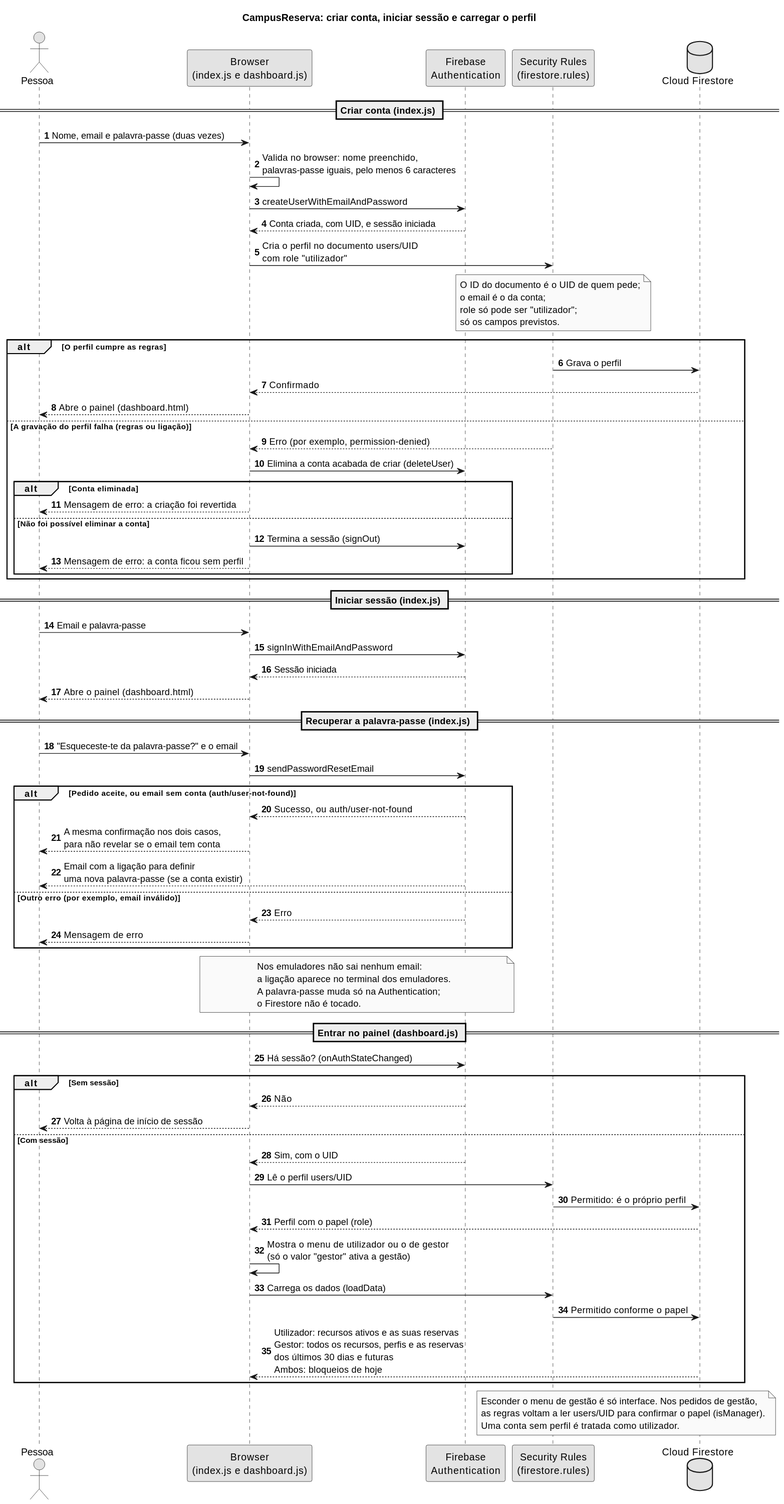
Above: docs/imagens/sequencia-autenticacao.svg in diogofcpereira/CampusReserva (PlantUML), before the change. Source of this version:
```plantuml
@startuml
title CampusReserva: criar conta, iniciar sessão e carregar o perfil

skinparam monochrome true
skinparam shadowing false
autonumber

actor "Pessoa" as P
participant "Browser\n(index.js e dashboard.js)" as B
participant "Firebase\nAuthentication" as A
participant "Security Rules\n(firestore.rules)" as R
database "Cloud Firestore" as F

== Criar conta (index.js) ==

P -> B : Nome, email e palavra-passe (duas vezes)
B -> B : Valida no browser: nome preenchido,\npalavras-passe iguais, pelo menos 6 caracteres
B -> A : createUserWithEmailAndPassword
A --> B : Conta criada, com UID, e sessão iniciada
B -> R : Cria o perfil no documento users/UID\ncom role "utilizador"

note over R
  O ID do documento é o UID de quem pede;
  o email é o da conta;
  role só pode ser "utilizador";
  só os campos previstos.
end note

alt O perfil cumpre as regras
  R -> F : Grava o perfil
  F --> B : Confirmado
  B --> P : Abre o painel (dashboard.html)
else A gravação do perfil falha (regras ou ligação)
  R --> B : Erro (por exemplo, permission-denied)
  B -> A : Elimina a conta acabada de criar (deleteUser)
  alt Conta eliminada
    B --> P : Mensagem de erro: a criação foi revertida
  else Não foi possível eliminar a conta
    B -> A : Termina a sessão (signOut)
    B --> P : Mensagem de erro: a conta ficou sem perfil
  end
end

== Iniciar sessão (index.js) ==

P -> B : Email e palavra-passe
B -> A : signInWithEmailAndPassword
A --> B : Sessão iniciada
B --> P : Abre o painel (dashboard.html)

== Recuperar a palavra-passe (index.js) ==

P -> B : "Esqueceste-te da palavra-passe?" e o email
B -> A : sendPasswordResetEmail
alt Pedido aceite, ou email sem conta (auth/user-not-found)
  A --> B : Sucesso, ou auth/user-not-found
  B --> P : A mesma confirmação nos dois casos,\npara não revelar se o email tem conta
  A --> P : Email com a ligação para definir\numa nova palavra-passe (se a conta existir)
else Outro erro (por exemplo, email inválido)
  A --> B : Erro
  B --> P : Mensagem de erro
end

note over B, A
  Nos emuladores não sai nenhum email:
  a ligação aparece no terminal dos emuladores.
  A palavra-passe muda só na Authentication;
  o Firestore não é tocado.
end note

== Entrar no painel (dashboard.js) ==

B -> A : Há sessão? (onAuthStateChanged)

alt Sem sessão
  A --> B : Não
  B --> P : Volta à página de início de sessão
else Com sessão
  A --> B : Sim, com o UID
  B -> R : Lê o perfil users/UID
  R -> F : Permitido: é o próprio perfil
  F --> B : Perfil com o papel (role)
  B -> B : Mostra o menu de utilizador ou o de gestor\n(só o valor "gestor" ativa a gestão)
  B -> R : Carrega os dados (loadData)
  R -> F : Permitido conforme o papel
  F --> B : Utilizador: recursos ativos e as suas reservas\nGestor: todos os recursos, perfis e as reservas\ndos últimos 30 dias e futuras\nAmbos: bloqueios de hoje
end

note over R, F
  Esconder o menu de gestão é só interface. Nos pedidos de gestão,
  as regras voltam a ler users/UID para confirmar o papel (isManager).
  Uma conta sem perfil é tratada como utilizador.
end note
@enduml
```
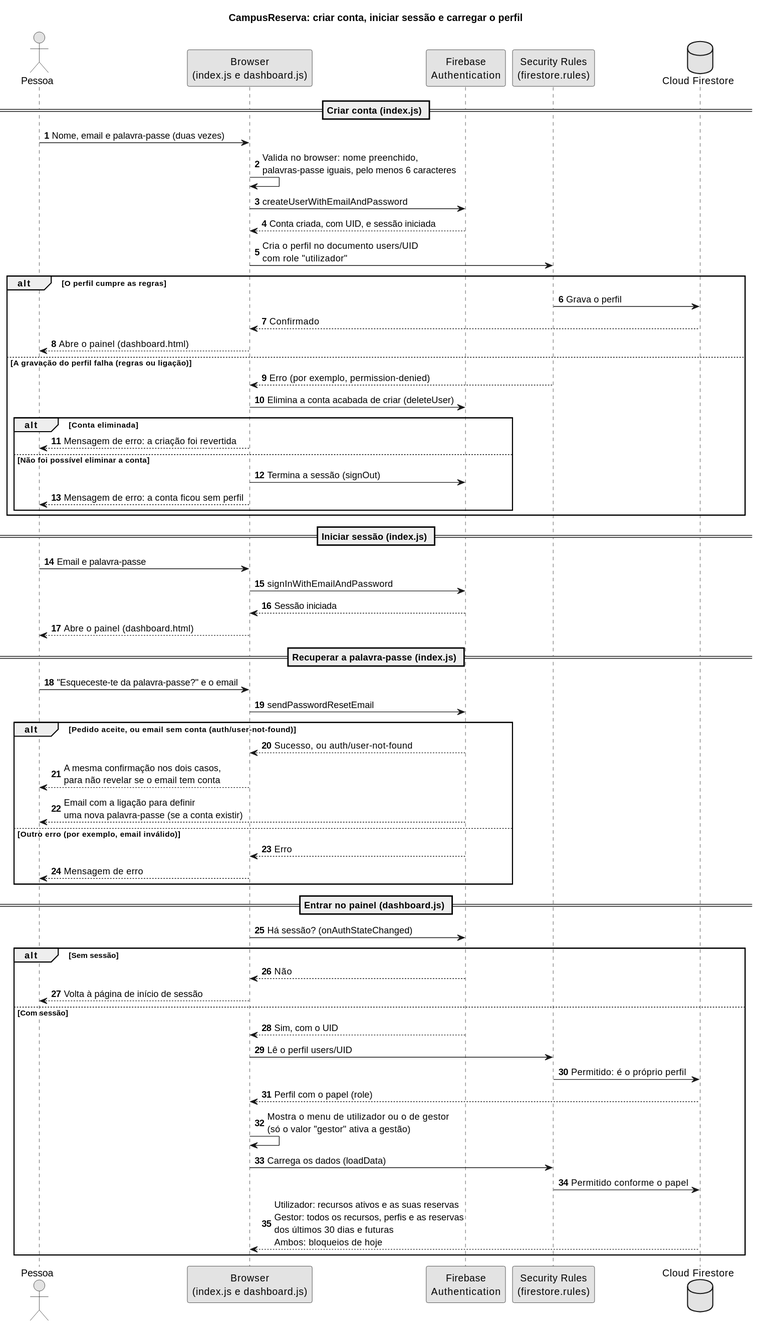
Later version of the same file.

Change to the diagram source:
```diff
@@ -18,13 +18,6 @@
 B -> A : createUserWithEmailAndPassword
 A --> B : Conta criada, com UID, e sessão iniciada
 B -> R : Cria o perfil no documento users/UID\ncom role "utilizador"
-
-note over R
-  O ID do documento é o UID de quem pede;
-  o email é o da conta;
-  role só pode ser "utilizador";
-  só os campos previstos.
-end note
 
 alt O perfil cumpre as regras
   R -> F : Grava o perfil
@@ -61,13 +54,6 @@
   B --> P : Mensagem de erro
 end
 
-note over B, A
-  Nos emuladores não sai nenhum email:
-  a ligação aparece no terminal dos emuladores.
-  A palavra-passe muda só na Authentication;
-  o Firestore não é tocado.
-end note
-
 == Entrar no painel (dashboard.js) ==
 
 B -> A : Há sessão? (onAuthStateChanged)
@@ -85,10 +71,4 @@
   R -> F : Permitido conforme o papel
   F --> B : Utilizador: recursos ativos e as suas reservas\nGestor: todos os recursos, perfis e as reservas\ndos últimos 30 dias e futuras\nAmbos: bloqueios de hoje
 end
-
-note over R, F
-  Esconder o menu de gestão é só interface. Nos pedidos de gestão,
-  as regras voltam a ler users/UID para confirmar o papel (isManager).
-  Uma conta sem perfil é tratada como utilizador.
-end note
 @enduml
```
